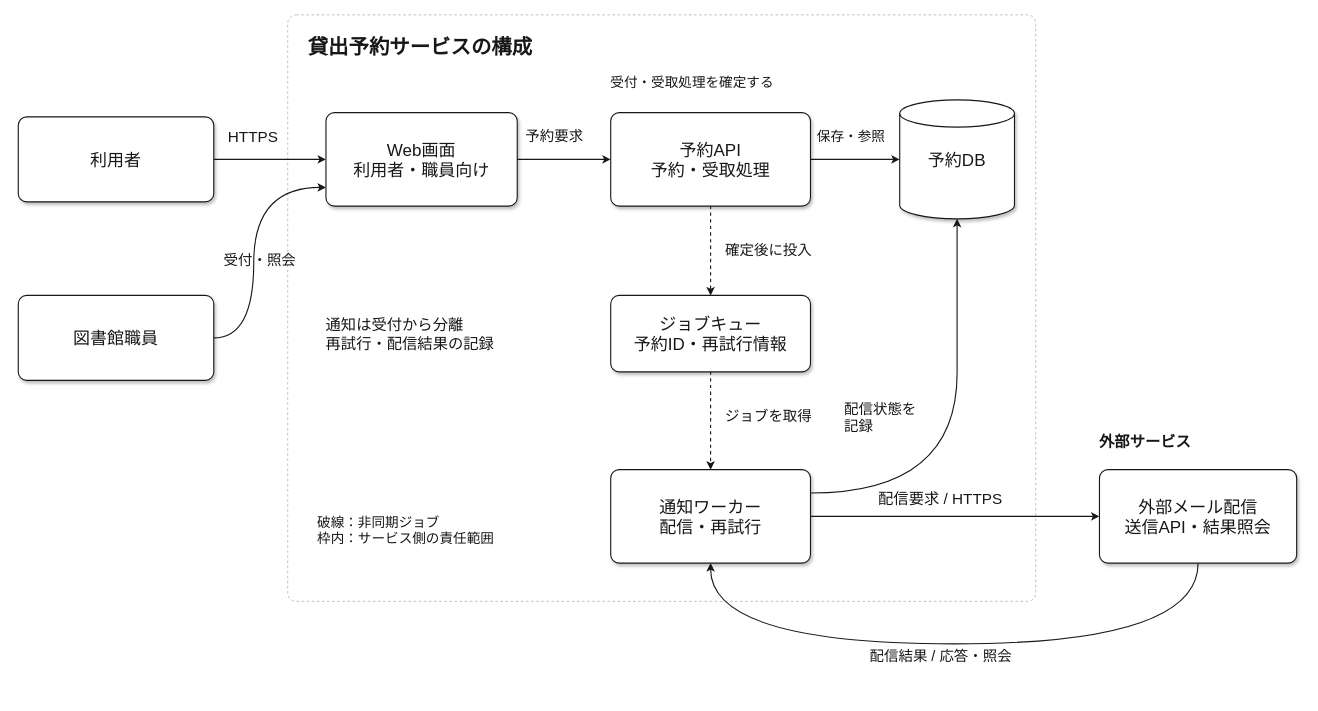
Above: page "システム構成図" (1 of 21) of samples/diagram-gallery.drawio in sakikuroe/marp-template-kit (draw.io), before the change. Source tidied: cells renumbered, new cells numbered last; positions are measured from the earlier drawing's top-left corner, leaving out a move shared by most shapes. Both pictures are drawn from the tidied source at 85%, with x=0, y=0 at pixel (18, 14).
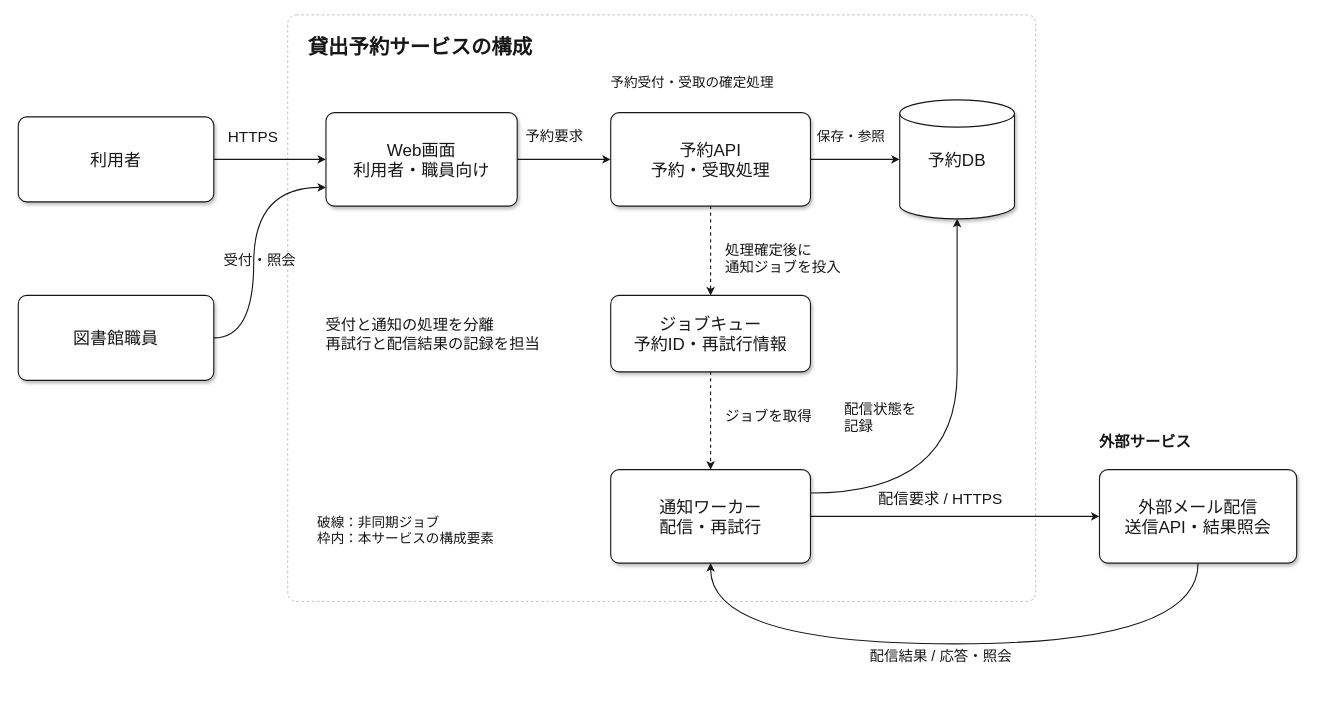
The same page after the edit.

Change to the diagram source:
```diff
@@
-    <mxCell id="21" value="確定後に投入" style="text;html=0;whiteSpace=wrap;verticalAlign=top;align=left;spacing=0;fontFamily=GenEi M Gothic v2 Medium;fontColor=#171717;fontSize=17;" parent="1" vertex="1">
+    <mxCell id="21" value="処理確定後に&#10;通知ジョブを投入" style="text;html=0;whiteSpace=wrap;verticalAlign=top;align=left;spacing=0;fontFamily=GenEi M Gothic v2 Medium;fontColor=#171717;fontSize=17;" parent="1" vertex="1">
       <mxGeometry x="832" y="263" width="155" height="60" as="geometry" />
     </mxCell>
@@
-    <mxCell id="30" value="破線：非同期ジョブ&#10;枠内：サービス側の責任範囲" style="text;html=0;whiteSpace=wrap;verticalAlign=top;align=left;spacing=0;fontFamily=GenEi M Gothic v2 Medium;fontColor=#171717;fontSize=16;" parent="1" vertex="1">
+    <mxCell id="30" value="破線：非同期ジョブ&#10;枠内：本サービスの構成要素" style="text;html=0;whiteSpace=wrap;verticalAlign=top;align=left;spacing=0;fontFamily=GenEi M Gothic v2 Medium;fontColor=#171717;fontSize=16;" parent="1" vertex="1">
       <mxGeometry x="352" y="583" width="300" height="67" as="geometry" />
     </mxCell>
-    <mxCell id="31" value="受付・受取処理を確定する" style="text;html=0;whiteSpace=wrap;verticalAlign=top;align=left;spacing=0;fillColor=none;strokeColor=none;fontFamily=GenEi M Gothic v2 Medium;fontColor=#171717;fontSize=16;" parent="1" vertex="1">
+    <mxCell id="31" value="予約受付・受取の確定処理" style="text;html=0;whiteSpace=wrap;verticalAlign=top;align=left;spacing=0;fillColor=none;strokeColor=none;fontFamily=GenEi M Gothic v2 Medium;fontColor=#171717;fontSize=16;" parent="1" vertex="1">
       <mxGeometry x="697" y="65" width="330" height="30" as="geometry" />
     </mxCell>
-    <mxCell id="32" value="通知は受付から分離&#10;再試行・配信結果の記録" style="text;html=0;whiteSpace=wrap;verticalAlign=top;align=left;spacing=0;fillColor=none;strokeColor=none;fontFamily=GenEi M Gothic v2 Medium;fontColor=#171717;fontSize=18;" parent="1" vertex="1">
+    <mxCell id="32" value="受付と通知の処理を分離&#10;再試行と配信結果の記録を担当" style="text;html=0;whiteSpace=wrap;verticalAlign=top;align=left;spacing=0;fillColor=none;strokeColor=none;fontFamily=GenEi M Gothic v2 Medium;fontColor=#171717;fontSize=18;" parent="1" vertex="1">
       <mxGeometry x="362" y="350" width="265" height="65" as="geometry" />
     </mxCell>
```
